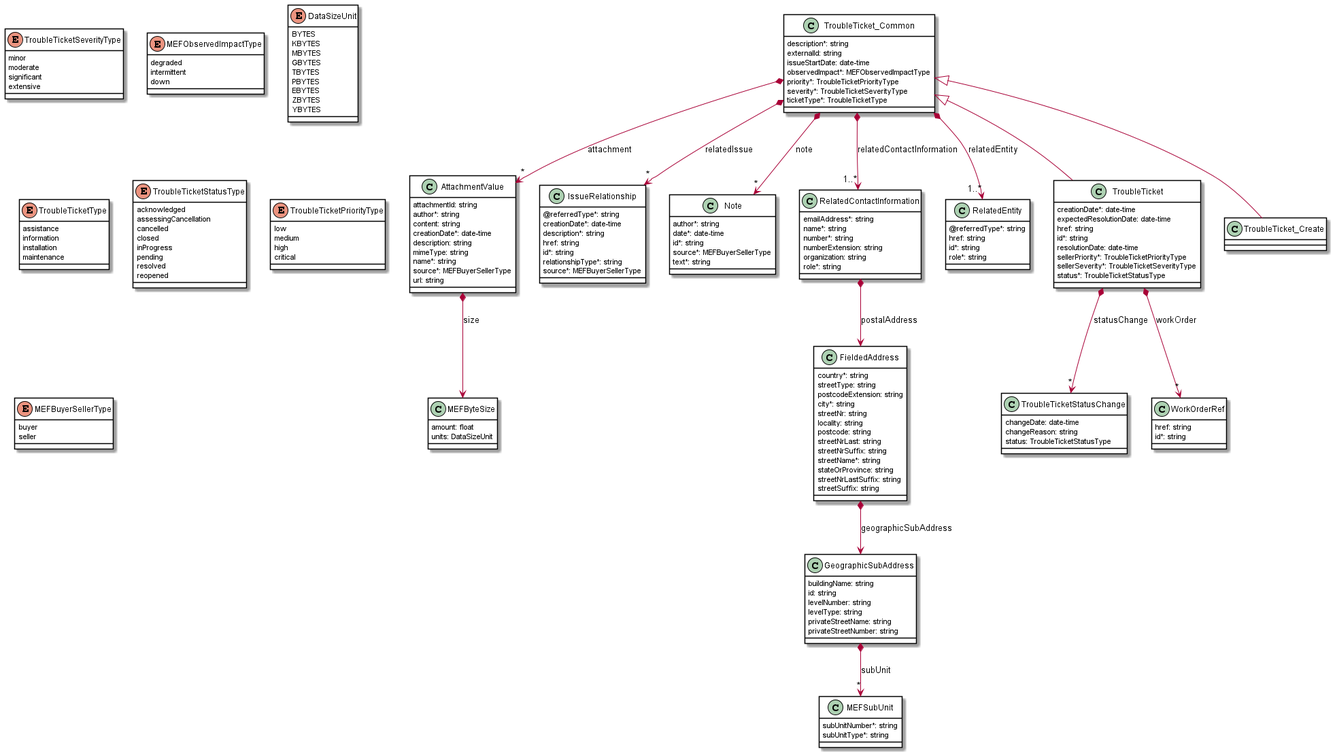
This is documentation/productApi/troubleTicket/media/useCase1Model.png from MEF-GIT/MEF-LSO-Sonata-SDK, a PlantUML export, as it was before one commit. Source of this version:
```plantuml
@startuml
skinparam {
    ClassBackgroundColor White
    ClassBorderColor Black
}

class AttachmentValue {

    attachmentId: string
    author*: string
    content: string
    creationDate*: date-time
    description: string
    mimeType: string
    name*: string
    source*: MEFBuyerSellerType
    url: string
}

AttachmentValue *--> MEFByteSize : size

class FieldedAddress {

    country*: string
    streetType: string
    postcodeExtension: string
    city*: string
    streetNr: string
    locality: string
    postcode: string
    streetNrLast: string
    streetNrSuffix: string
    streetName*: string
    stateOrProvince: string
    streetNrLastSuffix: string
    streetSuffix: string
}

FieldedAddress *--> GeographicSubAddress : geographicSubAddress


class IssueRelationship {

    @referredType*: string
    creationDate*: date-time
    description*: string
    href: string
    id*: string
    relationshipType*: string
    source*: MEFBuyerSellerType
}


enum TroubleTicketSeverityType {

    minor
    moderate
    significant
    extensive
}
class TroubleTicketStatusChange {

    changeDate: date-time
    changeReason: string
    status: TroubleTicketStatusType
}




class GeographicSubAddress {

    buildingName: string
    id: string
    levelNumber: string
    levelType: string
    privateStreetName: string
    privateStreetNumber: string
}

GeographicSubAddress *-->"*" MEFSubUnit : subUnit

class MEFByteSize {

    amount: float
    units: DataSizeUnit
}

enum MEFObservedImpactType {

    degraded
    intermittent
    down
}
enum DataSizeUnit {

    BYTES
    KBYTES
    MBYTES
    GBYTES
    TBYTES
    PBYTES
    EBYTES
    ZBYTES
    YBYTES
}
class MEFSubUnit {

    subUnitNumber*: string
    subUnitType*: string
}


class Note {

    author*: string
    date*: date-time
    id*: string
    source*: MEFBuyerSellerType
    text*: string
}

class RelatedContactInformation {

    emailAddress*: string
    name*: string
    number*: string
    numberExtension: string
    organization: string
    role*: string
}

RelatedContactInformation *--> FieldedAddress : postalAddress


class RelatedEntity {

    @referredType*: string
    href: string
    id*: string
    role*: string
}



class TroubleTicket {

    creationDate*: date-time
    expectedResolutionDate: date-time
    href: string
    id*: string
    resolutionDate: date-time
    sellerPriority*: TroubleTicketPriorityType
    sellerSeverity*: TroubleTicketSeverityType
    status*: TroubleTicketStatusType
}
TroubleTicket_Common <|-- TroubleTicket

TroubleTicket *-->"*" TroubleTicketStatusChange : statusChange
TroubleTicket *-->"*" WorkOrderRef : workOrder


enum TroubleTicketType {

    assistance
    information
    installation
    maintenance
}
class WorkOrderRef {

    href: string
    id*: string
}

enum TroubleTicketStatusType {

    acknowledged
    assessingCancellation
    cancelled
    closed
    inProgress
    pending
    resolved
    reopened
}
enum TroubleTicketPriorityType {

    low
    medium
    high
    critical
}
class TroubleTicket_Create {

}
TroubleTicket_Common <|-- TroubleTicket_Create



enum MEFBuyerSellerType {

    buyer
    seller
}
class TroubleTicket_Common {

    description*: string
    externalId: string
    issueStartDate: date-time
    observedImpact*: MEFObservedImpactType
    priority*: TroubleTicketPriorityType
    severity*: TroubleTicketSeverityType
    ticketType*: TroubleTicketType
}

TroubleTicket_Common *-->"*" AttachmentValue : attachment
TroubleTicket_Common *-->"*" Note : note
TroubleTicket_Common *-->"1..*" RelatedContactInformation : relatedContactInformation
TroubleTicket_Common *-->"1..*" RelatedEntity : relatedEntity
TroubleTicket_Common *-->"*" IssueRelationship : relatedIssue


@enduml
```
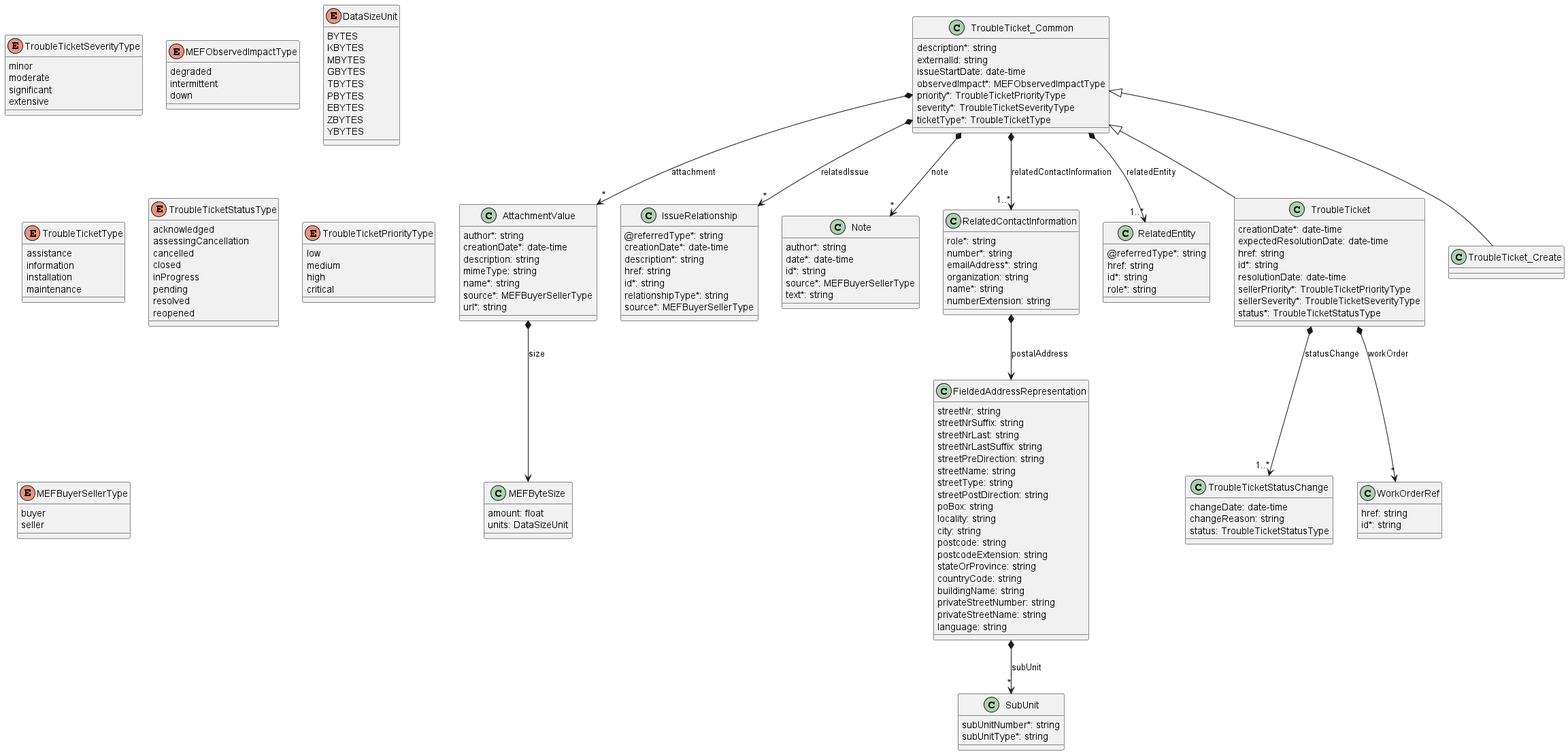
After the commit.

Diff of the diagram source:
```diff
@@ -1,42 +1,44 @@
 @startuml
-skinparam {
-    ClassBackgroundColor White
-    ClassBorderColor Black
-}
 
 class AttachmentValue {
 
-    attachmentId: string
     author*: string
-    content: string
     creationDate*: date-time
     description: string
     mimeType: string
     name*: string
     source*: MEFBuyerSellerType
-    url: string
+    url*: string
 }
 
 AttachmentValue *--> MEFByteSize : size
 
-class FieldedAddress {
 
-    country*: string
+class FieldedAddressRepresentation {
+
+    streetNr: string
+    streetNrSuffix: string
+    streetNrLast: string
+    streetNrLastSuffix: string
+    streetPreDirection: string
+    streetName: string
     streetType: string
+    streetPostDirection: string
+    poBox: string
+    locality: string
+    city: string
+    postcode: string
     postcodeExtension: string
-    city*: string
-    streetNr: string
-    locality: string
-    postcode: string
-    streetNrLast: string
-    streetNrSuffix: string
-    streetName*: string
     stateOrProvince: string
-    streetNrLastSuffix: string
-    streetSuffix: string
+    countryCode: string
+    buildingName: string
+    privateStreetNumber: string
+    privateStreetName: string
+    language: string
 }
 
-FieldedAddress *--> GeographicSubAddress : geographicSubAddress
+FieldedAddressRepresentation *-->"*" SubUnit : subUnit
+
 
 
 class IssueRelationship {
@@ -67,19 +69,6 @@
 
 
 
-
-class GeographicSubAddress {
-
-    buildingName: string
-    id: string
-    levelNumber: string
-    levelType: string
-    privateStreetName: string
-    privateStreetNumber: string
-}
-
-GeographicSubAddress *-->"*" MEFSubUnit : subUnit
-
 class MEFByteSize {
 
     amount: float
@@ -104,7 +93,7 @@
     ZBYTES
     YBYTES
 }
-class MEFSubUnit {
+class SubUnit {
 
     subUnitNumber*: string
     subUnitType*: string
@@ -119,18 +108,18 @@
     source*: MEFBuyerSellerType
     text*: string
 }
-
 class RelatedContactInformation {
 
+    role*: string
+    number*: string
     emailAddress*: string
+    organization: string
     name*: string
-    number*: string
     numberExtension: string
-    organization: string
-    role*: string
 }
 
-RelatedContactInformation *--> FieldedAddress : postalAddress
+RelatedContactInformation *--> FieldedAddressRepresentation : postalAddress
+
 
 
 class RelatedEntity {
@@ -156,7 +145,7 @@
 }
 TroubleTicket_Common <|-- TroubleTicket
 
-TroubleTicket *-->"*" TroubleTicketStatusChange : statusChange
+TroubleTicket *-->"1..*" TroubleTicketStatusChange : statusChange
 TroubleTicket *-->"*" WorkOrderRef : workOrder
 
 
```
